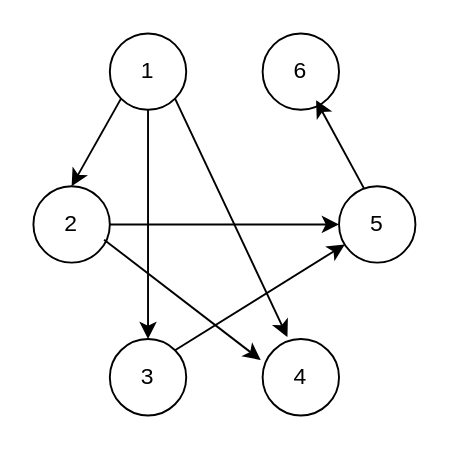
The draw.io diagram Untitled Diagram.drawio in Khushi-Malik/leetcode, before the edit. Source tidied: cells renumbered, new cells numbered last; positions are measured from the earlier drawing's top-left corner, leaving out a move shared by most shapes. Both pictures are drawn from the tidied source at 191%, with x=0, y=0 at pixel (32, 32).
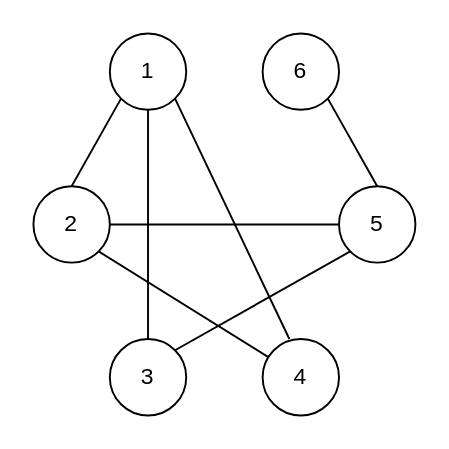
The same page after the edit.

What changed in the source:
```diff
@@
 <mxGraphModel>
   <root>
     <mxCell id="0" />
     <mxCell id="1" parent="0" />
     <mxCell id="2" value="1" style="ellipse;whiteSpace=wrap;html=1;" parent="1" vertex="1">
       <mxGeometry x="40" width="40" height="40" as="geometry" />
     </mxCell>
     <mxCell id="3" value="2" style="ellipse;whiteSpace=wrap;html=1;" parent="1" vertex="1">
       <mxGeometry y="80" width="40" height="40" as="geometry" />
     </mxCell>
     <mxCell id="4" value="3" style="ellipse;whiteSpace=wrap;html=1;" parent="1" vertex="1">
       <mxGeometry x="40" y="160" width="40" height="40" as="geometry" />
     </mxCell>
     <mxCell id="5" value="4" style="ellipse;whiteSpace=wrap;html=1;" parent="1" vertex="1">
       <mxGeometry x="120" y="160" width="40" height="40" as="geometry" />
     </mxCell>
     <mxCell id="6" value="5" style="ellipse;whiteSpace=wrap;html=1;" parent="1" vertex="1">
       <mxGeometry x="160" y="80" width="40" height="40" as="geometry" />
     </mxCell>
     <mxCell id="7" value="6" style="ellipse;whiteSpace=wrap;html=1;" parent="1" vertex="1">
       <mxGeometry x="120" width="40" height="40" as="geometry" />
     </mxCell>
-    <mxCell id="8" style="endArrow=classic;html=1;rounded=0;entryX=0.5;entryY=0;entryDx=0;entryDy=0;exitX=0;exitY=1;exitDx=0;exitDy=0;" parent="1" edge="1" source="2" target="3">
-      <mxGeometry relative="1" as="geometry" />
-    </mxCell>
-    <mxCell id="9" style="endArrow=classic;html=1;rounded=0;entryX=0.5;entryY=0;entryDx=0;entryDy=0;" parent="1" edge="1" target="4">
-      <mxGeometry relative="1" as="geometry">
-        <mxPoint x="60" y="40" as="sourcePoint" />
-      </mxGeometry>
-    </mxCell>
-    <mxCell id="10" style="endArrow=classic;html=1;rounded=0;entryX=0.325;entryY=-0.025;entryDx=0;entryDy=0;entryPerimeter=0;exitX=1;exitY=1;exitDx=0;exitDy=0;" parent="1" edge="1" source="2" target="5">
-      <mxGeometry relative="1" as="geometry" />
-    </mxCell>
-    <mxCell id="11" style="endArrow=classic;html=1;rounded=0;entryX=-0.025;entryY=0.275;entryDx=0;entryDy=0;entryPerimeter=0;exitX=0.925;exitY=0.7;exitDx=0;exitDy=0;exitPerimeter=0;" parent="1" edge="1" source="3" target="5">
-      <mxGeometry relative="1" as="geometry" />
-    </mxCell>
-    <mxCell id="12" style="endArrow=classic;html=1;rounded=0;exitX=1;exitY=0.5;exitDx=0;exitDy=0;entryX=0;entryY=0.5;entryDx=0;entryDy=0;" parent="1" edge="1" source="3" target="6">
-      <mxGeometry relative="1" as="geometry" />
-    </mxCell>
+    <mxCell id="15" style="endArrow=none;html=1;rounded=0;exitX=0.5;exitY=0;exitDx=0;exitDy=0;entryX=0;entryY=1;entryDx=0;entryDy=0;" parent="1" edge="1" source="3" target="2">
+      <mxGeometry relative="1" as="geometry" />
+    </mxCell>
+    <mxCell id="16" style="endArrow=none;html=1;rounded=0;exitX=0.5;exitY=0;exitDx=0;exitDy=0;" parent="1" edge="1" source="4">
+      <mxGeometry relative="1" as="geometry">
+        <mxPoint x="60" y="40" as="targetPoint" />
+      </mxGeometry>
+    </mxCell>
+    <mxCell id="17" style="endArrow=none;html=1;rounded=0;entryX=1;entryY=1;entryDx=0;entryDy=0;" parent="1" edge="1" source="5" target="3">
+      <mxGeometry relative="1" as="geometry" />
+    </mxCell>
+    <mxCell id="18" style="endArrow=none;html=1;rounded=0;exitX=0.35;exitY=0;exitDx=0;exitDy=0;exitPerimeter=0;entryX=1;entryY=1;entryDx=0;entryDy=0;" parent="1" edge="1" source="5" target="2">
+      <mxGeometry relative="1" as="geometry" />
+    </mxCell>
-    <mxCell id="13" style="endArrow=classic;html=1;rounded=0;exitX=1;exitY=0;exitDx=0;exitDy=0;" parent="1" edge="1" source="4" target="6">
+    <mxCell id="13" style="endArrow=none;html=1;rounded=0;entryX=0;entryY=1;entryDx=0;entryDy=0;exitX=1;exitY=0;exitDx=0;exitDy=0;" parent="1" edge="1" source="4" target="6">
       <mxGeometry relative="1" as="geometry" />
     </mxCell>
+    <mxCell id="19" style="endArrow=none;html=1;rounded=0;entryX=0;entryY=0.5;entryDx=0;entryDy=0;" parent="1" edge="1" target="6">
+      <mxGeometry relative="1" as="geometry">
+        <mxPoint x="40" y="100" as="sourcePoint" />
+      </mxGeometry>
+    </mxCell>
-    <mxCell id="14" style="endArrow=classic;html=1;rounded=0;exitX=0.325;exitY=0.025;exitDx=0;exitDy=0;exitPerimeter=0;entryX=0.7;entryY=0.875;entryDx=0;entryDy=0;entryPerimeter=0;" parent="1" edge="1" source="6" target="7">
+    <mxCell id="14" style="endArrow=none;html=1;rounded=0;exitX=0.5;exitY=0;exitDx=0;exitDy=0;entryX=1;entryY=1;entryDx=0;entryDy=0;" parent="1" edge="1" source="6" target="7">
       <mxGeometry relative="1" as="geometry" />
     </mxCell>
   </root>
 </mxGraphModel>
```
